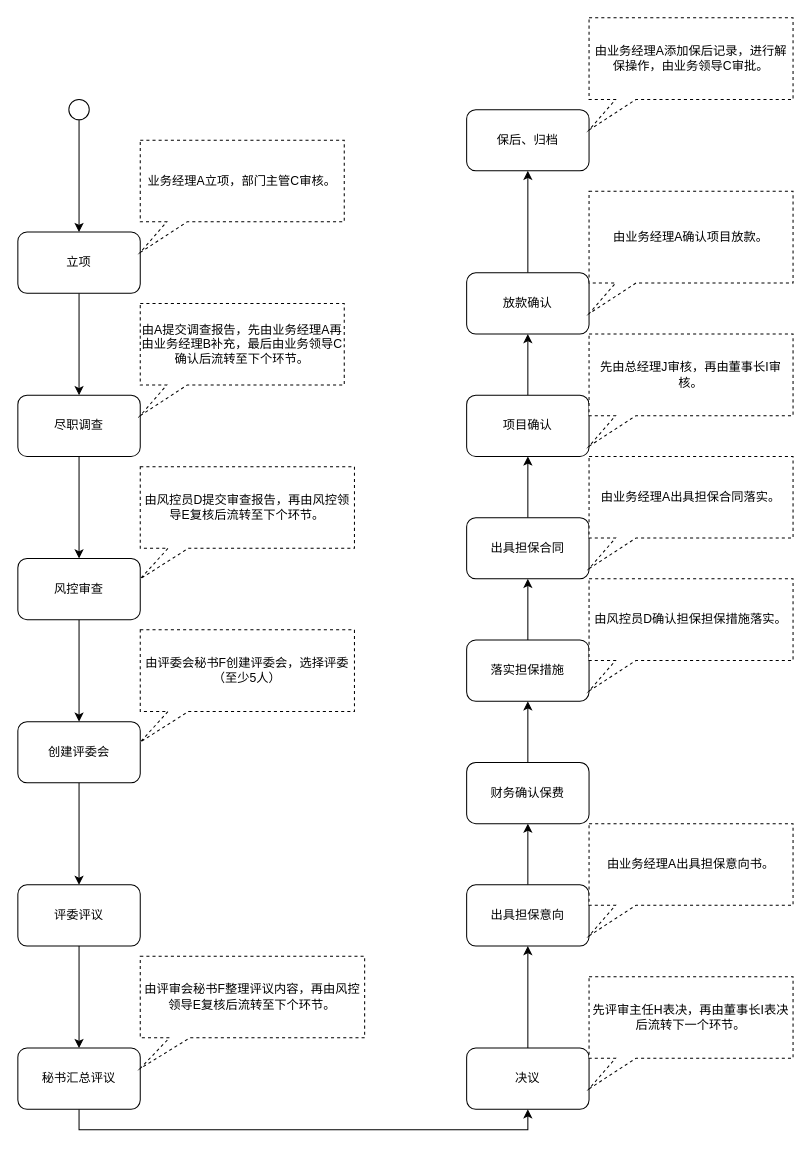
Above: 融担业务流程.drawio in isugarbox/diagrams (draw.io), before the change. Source tidied: cells renumbered, new cells numbered last; positions are measured from the earlier drawing's top-left corner, leaving out a move shared by most shapes. Both pictures are drawn from the tidied source at 102%, with x=0, y=0 at pixel (17, 17).
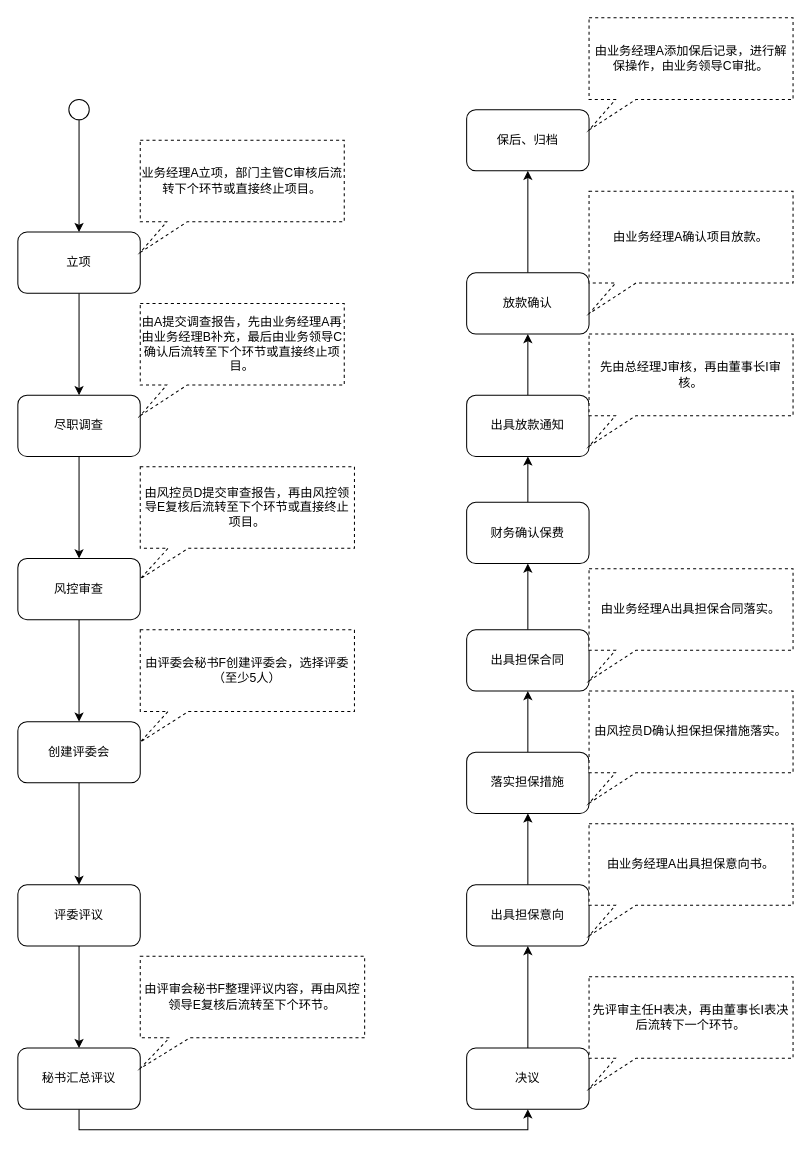
After the change.

Commit message:
更新融担业务流程.drawio

Unchanged cells that the change refers to:
```xml
<mxCell id="25" value="出具担保意向" style="rounded=1;whiteSpace=wrap;html=1;" parent="1" vertex="1">
  <mxGeometry x="440" y="850" width="120" height="60" as="geometry" />
</mxCell>
```

Diff of the diagram source:
```diff
@@
-    <mxCell id="6" value="业务经理A立项，部门主管C审核。" style="shape=callout;whiteSpace=wrap;html=1;perimeter=calloutPerimeter;position2=0;size=30;position=0.13;dashed=1;" parent="1" vertex="1">
+    <mxCell id="6" value="业务经理A立项，部门主管C审核后流转下个环节或直接终止项目。" style="shape=callout;whiteSpace=wrap;html=1;perimeter=calloutPerimeter;position2=0;size=30;position=0.13;dashed=1;" parent="1" vertex="1">
       <mxGeometry x="120" y="120" width="200" height="110" as="geometry" />
     </mxCell>
@@
-    <mxCell id="9" value="由A提交调查报告，先由业务经理A再由业务经理B补充，最后由业务领导C确认后流转至下个环节。" style="shape=callout;whiteSpace=wrap;html=1;perimeter=calloutPerimeter;position2=0;size=30;position=0.13;dashed=1;" parent="1" vertex="1">
+    <mxCell id="9" value="由A提交调查报告，先由业务经理A再由业务经理B补充，最后由业务领导C确认后流转至下个环节或直接终止项目。" style="shape=callout;whiteSpace=wrap;html=1;perimeter=calloutPerimeter;position2=0;size=30;position=0.13;dashed=1;" parent="1" vertex="1">
       <mxGeometry x="120" y="280" width="200" height="110" as="geometry" />
     </mxCell>
@@
-    <mxCell id="12" value="由风控员D提交审查报告，再由风控领导E复核后流转至下个环节。" style="shape=callout;whiteSpace=wrap;html=1;perimeter=calloutPerimeter;position2=0;size=30;position=0.13;dashed=1;" parent="1" vertex="1">
+    <mxCell id="12" value="由风控员D提交审查报告，再由风控领导E复核后流转至下个环节或直接终止项目。" style="shape=callout;whiteSpace=wrap;html=1;perimeter=calloutPerimeter;position2=0;size=30;position=0.13;dashed=1;" parent="1" vertex="1">
       <mxGeometry x="120" y="440" width="210" height="110" as="geometry" />
     </mxCell>
@@
-    <mxCell id="24" style="edgeStyle=orthogonalEdgeStyle;rounded=0;jettySize=auto;html=1;" parent="1" edge="1" source="25" target="27">
-      <mxGeometry relative="1" as="geometry" />
-    </mxCell>
+    <mxCell id="43" style="edgeStyle=orthogonalEdgeStyle;rounded=0;jettySize=auto;html=1;" parent="1" edge="1" source="25" target="29">
+      <mxGeometry relative="1" as="geometry" />
+    </mxCell>
@@
-    <mxCell id="26" style="edgeStyle=orthogonalEdgeStyle;rounded=0;jettySize=auto;html=1;" parent="1" edge="1" source="27" target="29">
-      <mxGeometry relative="1" as="geometry" />
-    </mxCell>
+    <mxCell id="44" style="edgeStyle=orthogonalEdgeStyle;rounded=0;jettySize=auto;html=1;" parent="1" edge="1" source="27" target="33">
+      <mxGeometry relative="1" as="geometry" />
+    </mxCell>
     <mxCell id="27" value="财务确认保费" style="rounded=1;whiteSpace=wrap;html=1;" parent="1" vertex="1">
-      <mxGeometry x="440" y="730" width="120" height="60" as="geometry" />
+      <mxGeometry x="440" y="475" width="120" height="60" as="geometry" />
     </mxCell>
@@
     <mxCell id="29" value="落实担保措施" style="rounded=1;whiteSpace=wrap;html=1;" parent="1" vertex="1">
-      <mxGeometry x="440" y="610" width="120" height="60" as="geometry" />
+      <mxGeometry x="440" y="720" width="120" height="60" as="geometry" />
     </mxCell>
-    <mxCell id="30" style="edgeStyle=orthogonalEdgeStyle;rounded=0;jettySize=auto;html=1;" parent="1" edge="1" source="31" target="33">
-      <mxGeometry relative="1" as="geometry" />
-    </mxCell>
+    <mxCell id="45" style="edgeStyle=orthogonalEdgeStyle;rounded=0;jettySize=auto;html=1;" parent="1" edge="1" source="31" target="27">
+      <mxGeometry relative="1" as="geometry" />
+    </mxCell>
     <mxCell id="31" value="出具担保合同" style="rounded=1;whiteSpace=wrap;html=1;" parent="1" vertex="1">
-      <mxGeometry x="440" y="490" width="120" height="60" as="geometry" />
+      <mxGeometry x="440" y="600" width="120" height="60" as="geometry" />
     </mxCell>
@@
-    <mxCell id="33" value="项目确认" style="rounded=1;whiteSpace=wrap;html=1;" parent="1" vertex="1">
+    <mxCell id="33" value="出具放款通知" style="rounded=1;whiteSpace=wrap;html=1;" parent="1" vertex="1">
       <mxGeometry x="440" y="370" width="120" height="60" as="geometry" />
     </mxCell>
@@
     <mxCell id="40" value="由风控员D确认担保担保措施落实。" style="shape=callout;whiteSpace=wrap;html=1;perimeter=calloutPerimeter;position2=0;size=30;position=0.13;dashed=1;" parent="1" vertex="1">
-      <mxGeometry x="560" y="550" width="200" height="110" as="geometry" />
+      <mxGeometry x="560" y="660" width="200" height="110" as="geometry" />
     </mxCell>
     <mxCell id="41" value="由业务经理A出具担保合同落实。" style="shape=callout;whiteSpace=wrap;html=1;perimeter=calloutPerimeter;position2=0;size=30;position=0.13;dashed=1;" parent="1" vertex="1">
-      <mxGeometry x="560" y="430" width="200" height="110" as="geometry" />
+      <mxGeometry x="560" y="540" width="200" height="110" as="geometry" />
     </mxCell>
```
